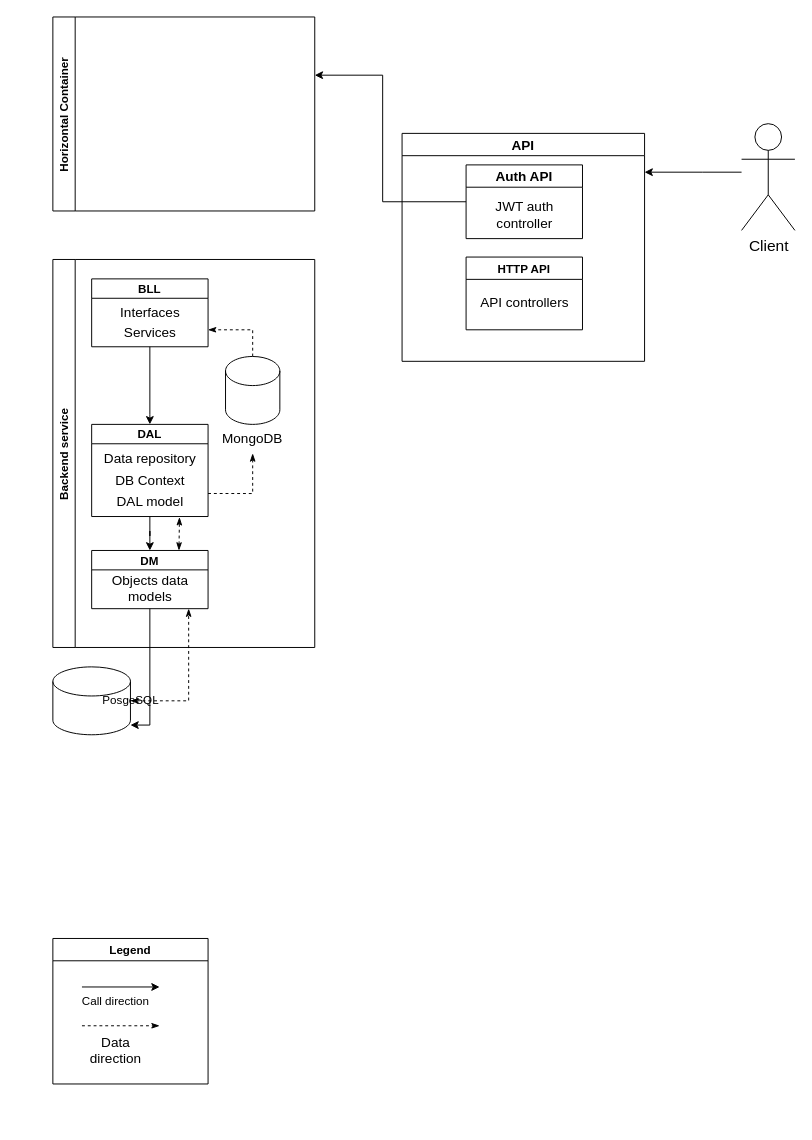
KravchenkoDevelop/SecretSantaGenerator keeps this draw.io diagram as app_flow.drawio. Above is the earlier version. Source tidied: cells renumbered, new cells numbered last; positions are measured from the earlier drawing's top-left corner, leaving out a move shared by most shapes. Both pictures are drawn from the tidied source at 97%, with x=0, y=0 at pixel (52, 16).
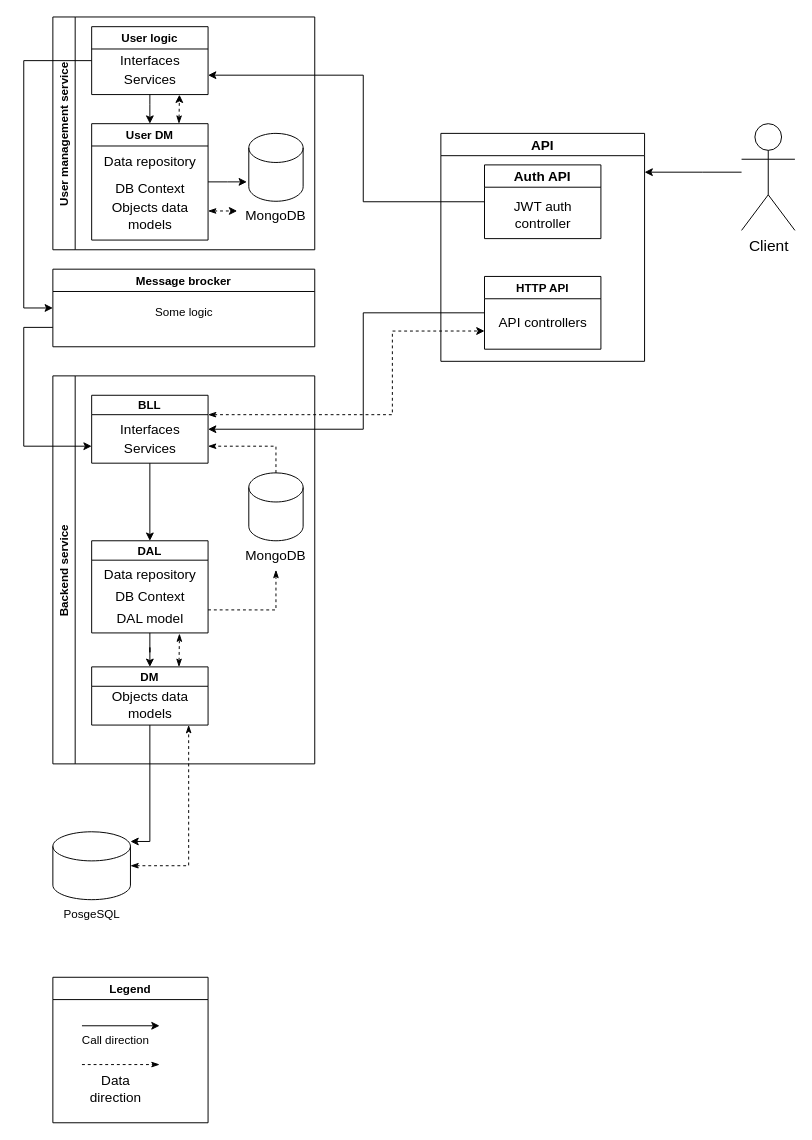
Above is the later version.

The change refers to these unchanged cells:
```xml
<mxCell id="4" value="BLL" style="swimlane;startSize=20;" parent="2" vertex="1">
  <mxGeometry x="40" y="20" width="120" height="70" as="geometry" />
</mxCell>
<mxCell id="14" value="DM" style="swimlane;startSize=20;" parent="2" vertex="1">
  <mxGeometry x="40" y="300" width="120" height="60" as="geometry" />
</mxCell>
```

Diff of the diagram source:
```diff
@@
     <mxCell id="2" value="Backend service" style="swimlane;horizontal=0;" parent="1" vertex="1">
-      <mxGeometry y="250" width="270" height="400" as="geometry" />
+      <mxGeometry y="370" width="270" height="400" as="geometry" />
     </mxCell>
@@
     <mxCell id="17" style="group;" parent="2" vertex="1">
-      <mxGeometry x="176" y="100" width="60" height="100" as="geometry" />
+      <mxGeometry x="200" y="100" width="60" height="100" as="geometry" />
     </mxCell>
@@
-    <mxCell id="20" style="group;" parent="1" vertex="1">
-      <mxGeometry x="40" y="620" width="80" height="100" as="geometry" />
-    </mxCell>
-    <mxCell id="21" style="shape=cylinder3;whiteSpace=wrap;html=1;boundedLbl=1;backgroundOutline=1;size=15;" parent="20" vertex="1">
-      <mxGeometry x="-40" y="50" width="80" height="70" as="geometry" />
-    </mxCell>
-    <mxCell id="22" value="PosgeSQL" style="text;html=1;align=center;verticalAlign=middle;strokeColor=none;fillColor=none;" parent="20" vertex="1">
-      <mxGeometry y="70" width="80" height="30" as="geometry" />
-    </mxCell>
     <mxCell id="23" style="edgeStyle=orthogonalEdgeStyle;rounded=0;jettySize=auto;html=1;exitX=0.5;exitY=1;exitDx=0;exitDy=0;" parent="1" edge="1" source="14" target="21">
       <mxGeometry relative="1" as="geometry">
         <Array as="points">
-          <mxPoint x="100" y="730" />
+          <mxPoint x="100" y="850" />
         </Array>
       </mxGeometry>
     </mxCell>
     <mxCell id="24" value="Legend" style="swimlane;" parent="1" vertex="1">
-      <mxGeometry y="950" width="160" height="150" as="geometry" />
+      <mxGeometry y="990" width="160" height="150" as="geometry" />
     </mxCell>
@@
     <mxCell id="33" style="edgeStyle=orthogonalEdgeStyle;rounded=0;jettySize=auto;html=1;exitX=0;exitY=0.5;exitDx=0;exitDy=0;fontSize=14;startArrow=none;startFill=0;" parent="1" edge="1" source="35">
       <mxGeometry relative="1" as="geometry">
-        <mxPoint x="270" y="60" as="targetPoint" />
+        <mxPoint x="160" y="60" as="targetPoint" />
         <Array as="points">
-          <mxPoint x="340" y="191" />
-          <mxPoint x="340" y="60" />
+          <mxPoint x="320" y="191" />
+          <mxPoint x="320" y="60" />
         </Array>
       </mxGeometry>
     </mxCell>
     <mxCell id="34" value="API" style="swimlane;fontSize=14;" parent="1" vertex="1">
-      <mxGeometry x="360" y="120" width="250" height="235" as="geometry" />
+      <mxGeometry x="400" y="120" width="210" height="235" as="geometry" />
     </mxCell>
     <mxCell id="35" value="Auth API" style="swimlane;fontSize=14;" parent="34" vertex="1">
-      <mxGeometry x="66" y="32.5" width="120" height="76" as="geometry" />
+      <mxGeometry x="45" y="32.5" width="120" height="76" as="geometry" />
     </mxCell>
@@
     <mxCell id="37" value="HTTP API" style="swimlane;" parent="34" vertex="1">
-      <mxGeometry x="66" y="127.5" width="120" height="75" as="geometry" />
+      <mxGeometry x="45" y="147.5" width="120" height="75" as="geometry" />
     </mxCell>
@@
-    <mxCell id="40" value="Horizontal Container" style="swimlane;horizontal=0;" parent="1" vertex="1">
-      <mxGeometry width="270" height="200" as="geometry" />
+    <mxCell id="40" value="User management service" style="swimlane;horizontal=0;" parent="1" vertex="1">
+      <mxGeometry width="270" height="240" as="geometry" />
     </mxCell>
+    <mxCell id="41" style="edgeStyle=orthogonalEdgeStyle;rounded=0;jettySize=auto;html=1;exitX=0.5;exitY=1;exitDx=0;exitDy=0;entryX=0.5;entryY=0;entryDx=0;entryDy=0;startArrow=none;startFill=0;" parent="40" edge="1" source="42" target="46">
+      <mxGeometry relative="1" as="geometry">
+        <Array as="points">
+          <mxPoint x="100" y="90" />
+          <mxPoint x="100" y="90" />
+        </Array>
+      </mxGeometry>
+    </mxCell>
+    <mxCell id="42" value="User logic" style="swimlane;startSize=23;" parent="40" vertex="1">
+      <mxGeometry x="40" y="10" width="120" height="70" as="geometry" />
+    </mxCell>
+    <mxCell id="43" value="Interfaces" style="text;html=1;align=center;verticalAlign=middle;strokeColor=none;fillColor=none;fontSize=14;" parent="42" vertex="1">
+      <mxGeometry x="20" y="20" width="80" height="30" as="geometry" />
+    </mxCell>
+    <mxCell id="44" value="Services" style="text;html=1;align=center;verticalAlign=middle;points=[];strokeColor=none;fillColor=none;fontSize=14;" parent="42" vertex="1">
+      <mxGeometry x="20" y="40" width="80" height="30" as="geometry" />
+    </mxCell>
+    <mxCell id="45" style="edgeStyle=orthogonalEdgeStyle;rounded=0;jettySize=auto;html=1;exitX=0.75;exitY=0;exitDx=0;exitDy=0;entryX=0.881;entryY=1.004;entryDx=0;entryDy=0;entryPerimeter=0;startArrow=classicThin;startFill=1;dashed=1;" parent="40" edge="1" source="46" target="44">
+      <mxGeometry relative="1" as="geometry" />
+    </mxCell>
+    <mxCell id="46" value="User DM" style="swimlane;startSize=23;" parent="40" vertex="1">
+      <mxGeometry x="40" y="110" width="120" height="120" as="geometry" />
+    </mxCell>
+    <mxCell id="47" value="DB Context&lt;br&gt;" style="text;html=1;align=center;verticalAlign=middle;strokeColor=none;fillColor=none;fontSize=14;" parent="46" vertex="1">
+      <mxGeometry x="10" y="52" width="100" height="30" as="geometry" />
+    </mxCell>
+    <mxCell id="48" value="Data repository" style="text;html=1;align=center;verticalAlign=middle;strokeColor=none;fillColor=none;fontSize=14;" parent="46" vertex="1">
+      <mxGeometry y="23.5" width="120" height="30" as="geometry" />
+    </mxCell>
+    <mxCell id="49" value="Objects data &lt;br&gt;models" style="text;html=1;align=center;verticalAlign=middle;strokeColor=none;fillColor=none;fontSize=14;" parent="46" vertex="1">
+      <mxGeometry x="10" y="70" width="100" height="50" as="geometry" />
+    </mxCell>
+    <mxCell id="50" style="group;" parent="40" vertex="1">
+      <mxGeometry x="200" y="120" width="60" height="100" as="geometry" />
+    </mxCell>
+    <mxCell id="51" style="shape=cylinder3;whiteSpace=wrap;html=1;boundedLbl=1;backgroundOutline=1;size=15;fontSize=16;" parent="50" vertex="1">
+      <mxGeometry x="2" width="56" height="70" as="geometry" />
+    </mxCell>
+    <mxCell id="52" value="MongoDB" style="text;html=1;strokeColor=none;fillColor=none;align=center;verticalAlign=middle;whiteSpace=wrap;rounded=0;fontSize=14;" parent="50" vertex="1">
+      <mxGeometry y="70" width="60" height="30" as="geometry" />
+    </mxCell>
+    <mxCell id="53" style="edgeStyle=orthogonalEdgeStyle;rounded=0;jettySize=auto;html=1;exitX=0;exitY=0.5;exitDx=0;exitDy=0;entryX=1;entryY=0.5;entryDx=0;entryDy=0;" parent="1" edge="1" source="37" target="4">
+      <mxGeometry relative="1" as="geometry">
+        <Array as="points">
+          <mxPoint x="320" y="305" />
+          <mxPoint x="320" y="425" />
+        </Array>
+      </mxGeometry>
+    </mxCell>
+    <mxCell id="54" style="group;" parent="1" vertex="1">
+      <mxGeometry y="840" width="80" height="100" as="geometry" />
+    </mxCell>
+    <mxCell id="20" style="group;" parent="54" vertex="1">
+      <mxGeometry width="80" height="100" as="geometry" />
+    </mxCell>
+    <mxCell id="22" value="PosgeSQL" style="text;html=1;align=center;verticalAlign=middle;strokeColor=none;fillColor=none;" parent="20" vertex="1">
+      <mxGeometry y="70" width="80" height="30" as="geometry" />
+    </mxCell>
+    <mxCell id="21" style="shape=cylinder3;whiteSpace=wrap;html=1;boundedLbl=1;backgroundOutline=1;size=15;" parent="54" vertex="1">
+      <mxGeometry width="80" height="70" as="geometry" />
+    </mxCell>
+    <mxCell id="55" style="edgeStyle=orthogonalEdgeStyle;rounded=0;jettySize=auto;html=1;exitX=1;exitY=0.75;exitDx=0;exitDy=0;dashed=1;startArrow=classicThin;startFill=1;" parent="1" edge="1" source="46">
+      <mxGeometry relative="1" as="geometry">
+        <mxPoint x="190" y="200" as="targetPoint" />
+      </mxGeometry>
+    </mxCell>
+    <mxCell id="56" style="edgeStyle=orthogonalEdgeStyle;rounded=0;jettySize=auto;html=1;entryX=0;entryY=0.75;entryDx=0;entryDy=0;dashed=1;startArrow=classicThin;startFill=1;" parent="1" edge="1" target="37">
+      <mxGeometry relative="1" as="geometry">
+        <mxPoint x="160" y="410" as="sourcePoint" />
+        <Array as="points">
+          <mxPoint x="350" y="410" />
+          <mxPoint x="350" y="324" />
+        </Array>
+      </mxGeometry>
+    </mxCell>
+    <mxCell id="57" style="edgeStyle=orthogonalEdgeStyle;rounded=0;jettySize=auto;html=1;exitX=1;exitY=0.5;exitDx=0;exitDy=0;startArrow=none;startFill=0;" parent="1" edge="1" source="46">
+      <mxGeometry relative="1" as="geometry">
+        <mxPoint x="200" y="170" as="targetPoint" />
+      </mxGeometry>
+    </mxCell>
+    <mxCell id="58" style="edgeStyle=orthogonalEdgeStyle;rounded=0;jettySize=auto;html=1;exitX=0;exitY=0.75;exitDx=0;exitDy=0;startArrow=none;startFill=0;entryX=0;entryY=0.75;entryDx=0;entryDy=0;" parent="1" edge="1" source="59" target="4">
+      <mxGeometry relative="1" as="geometry">
+        <Array as="points">
+          <mxPoint x="-30" y="320" />
+          <mxPoint x="-30" y="443" />
+        </Array>
+      </mxGeometry>
+    </mxCell>
+    <mxCell id="59" value="Message brocker" style="swimlane;" parent="1" vertex="1">
+      <mxGeometry y="260" width="270" height="80" as="geometry" />
+    </mxCell>
+    <mxCell id="60" value="Some logic" style="text;html=1;align=center;verticalAlign=middle;strokeColor=none;fillColor=none;" parent="59" vertex="1">
+      <mxGeometry x="95" y="30" width="80" height="30" as="geometry" />
+    </mxCell>
+    <mxCell id="61" style="edgeStyle=orthogonalEdgeStyle;rounded=0;jettySize=auto;html=1;exitX=0;exitY=0.5;exitDx=0;exitDy=0;entryX=0;entryY=0.5;entryDx=0;entryDy=0;startArrow=none;startFill=0;" parent="1" edge="1" source="42" target="59">
+      <mxGeometry relative="1" as="geometry">
+        <Array as="points">
+          <mxPoint x="-30" y="45" />
+          <mxPoint x="-30" y="300" />
+        </Array>
+      </mxGeometry>
+    </mxCell>
```
